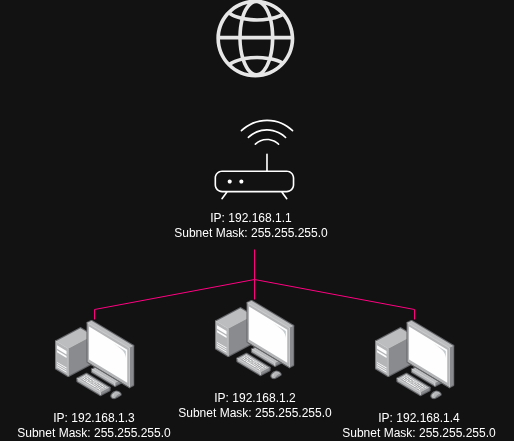
This is assets/imgs/cheatsheets/networking_cs/network_overview.png from Futsec/s-mastering-linux-jannis-seemann, a draw.io export, as it was before one commit. Source tidied: cells renumbered, new cells last; positions are measured from the earlier drawing's top-left corner, leaving out a move shared by most shapes.
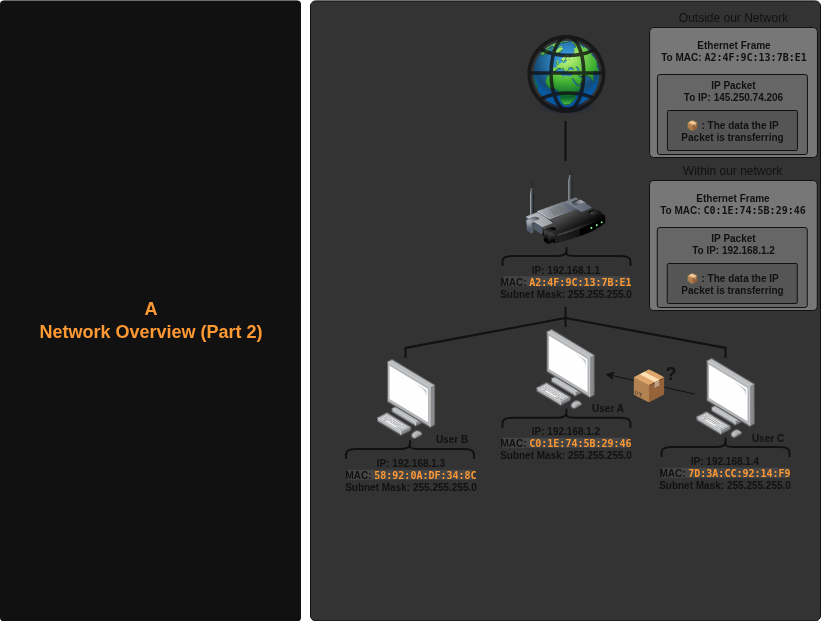
After the change.

Diff of the diagram source:
```diff
@@ -2,56 +2,161 @@
   <root>
     <mxCell id="0" />
     <mxCell id="1" parent="0" />
-    <mxCell id="2" style="sketch=0;verticalLabelPosition=bottom;sketch=0;html=1;verticalAlign=top;strokeColor=none;fillColor=#FFFFFF;align=center;shape=mxgraph.citrix2.wifi_router;" parent="1" vertex="1">
-      <mxGeometry x="215" y="120" width="79.8" height="80" as="geometry" />
+    <mxCell id="2" style="rounded=1;whiteSpace=wrap;html=1;fillColor=#111111;arcSize=1;strokeColor=#111111;" parent="1" vertex="1">
+      <mxGeometry x="4120" y="-1139.6" width="300" height="620" as="geometry" />
     </mxCell>
-    <mxCell id="3" style="sketch=0;fontColor=#232F3E;gradientColor=none;fillColor=#E6E6E6;strokeColor=none;dashed=0;verticalLabelPosition=bottom;verticalAlign=top;align=center;html=1;fontSize=12;fontStyle=0;shape=mxgraph.aws4.globe;" parent="1" vertex="1">
-      <mxGeometry x="216.8" width="78" height="78" as="geometry" />
+    <mxCell id="3" value="&lt;div style=&quot;line-height: 0%;&quot;&gt;&lt;h4 tabindex=&quot;-1&quot; class=&quot;heading-element&quot; dir=&quot;auto&quot;&gt;A&lt;/h4&gt;&lt;div&gt;Network Overview (Part 2)&lt;/div&gt;&lt;/div&gt;" style="text;strokeColor=none;fillColor=none;html=1;fontSize=18;fontStyle=1;verticalAlign=middle;align=center;rotation=0;fontColor=#FF9933;horizontal=1;spacingTop=0;spacing=2;" parent="1" vertex="1">
+      <mxGeometry x="4120" y="-1120.5" width="299" height="580" as="geometry" />
     </mxCell>
-    <mxCell id="4" style="endArrow=none;html=1;rounded=0;strokeColor=#FF0080;" parent="1" edge="1">
-      <mxGeometry relative="1" as="geometry">
-        <mxPoint x="255" y="300" as="sourcePoint" />
-        <mxPoint x="255" y="250" as="targetPoint" />
-      </mxGeometry>
+    <mxCell id="4" style="rounded=1;whiteSpace=wrap;html=1;fillColor=#333333;arcSize=1;strokeColor=#111111;fontColor=#99FFFF;" parent="1" vertex="1">
+      <mxGeometry x="4430" y="-1139.6" width="510" height="620" as="geometry" />
     </mxCell>
-    <mxCell id="5" style="endArrow=none;html=1;rounded=0;strokeColor=#FF0080;" parent="1" edge="1">
-      <mxGeometry relative="1" as="geometry">
-        <mxPoint x="415" y="320" as="sourcePoint" />
-        <mxPoint x="255" y="280" as="targetPoint" />
-        <Array as="points">
-          <mxPoint x="415" y="310" />
-        </Array>
-      </mxGeometry>
+    <mxCell id="5" style="image;html=1;align=center;shadow=0;dashed=0;image=img/lib/allied_telesis/computer_and_terminals/Personal_Computer.svg;" parent="1" vertex="1">
+      <mxGeometry x="4655.5" y="-811.6" width="59" height="80" as="geometry" />
     </mxCell>
-    <mxCell id="6" style="endArrow=none;html=1;rounded=0;strokeColor=#FF0080;" parent="1" edge="1">
-      <mxGeometry relative="1" as="geometry">
-        <mxPoint x="95" y="320" as="sourcePoint" />
-        <mxPoint x="255" y="280" as="targetPoint" />
-        <Array as="points">
-          <mxPoint x="95" y="310" />
-        </Array>
-      </mxGeometry>
+    <mxCell id="6" style="image;html=1;align=center;shadow=0;dashed=0;image=img/lib/allied_telesis/computer_and_terminals/Personal_Computer.svg;" parent="1" vertex="1">
+      <mxGeometry x="4496" y="-781.6" width="59" height="80" as="geometry" />
     </mxCell>
-    <mxCell id="7" style="image;html=1;align=center;shadow=0;dashed=0;image=img/lib/allied_telesis/computer_and_terminals/Personal_Computer_with_Server.svg;" parent="1" vertex="1">
-      <mxGeometry x="55" y="320" width="80" height="80" as="geometry" />
+    <mxCell id="7" style="image;html=1;align=center;shadow=0;dashed=0;image=img/lib/allied_telesis/computer_and_terminals/Personal_Computer.svg;" parent="1" vertex="1">
+      <mxGeometry x="4815.5" y="-782.6" width="59" height="80" as="geometry" />
     </mxCell>
-    <mxCell id="8" style="image;html=1;align=center;shadow=0;dashed=0;image=img/lib/allied_telesis/computer_and_terminals/Personal_Computer_with_Server.svg;" parent="1" vertex="1">
-      <mxGeometry x="215" y="300" width="80" height="80" as="geometry" />
+    <mxCell id="8" style="endArrow=none;html=1;rounded=0;strokeColor=#111111;strokeWidth=2;" parent="1" edge="1">
+      <mxGeometry relative="1" as="geometry">
+        <mxPoint x="4525" y="-782.6" as="sourcePoint" />
+        <mxPoint x="4685" y="-822.6" as="targetPoint" />
+        <Array as="points">
+          <mxPoint x="4525" y="-792.6" />
+        </Array>
+      </mxGeometry>
     </mxCell>
-    <mxCell id="9" style="image;html=1;align=center;shadow=0;dashed=0;image=img/lib/allied_telesis/computer_and_terminals/Personal_Computer_with_Server.svg;" parent="1" vertex="1">
-      <mxGeometry x="375" y="320" width="80" height="80" as="geometry" />
+    <mxCell id="9" style="endArrow=none;html=1;rounded=0;strokeColor=#111111;strokeWidth=2;" parent="1" edge="1">
+      <mxGeometry relative="1" as="geometry">
+        <mxPoint x="4845" y="-782.6" as="sourcePoint" />
+        <mxPoint x="4685" y="-822.6" as="targetPoint" />
+        <Array as="points">
+          <mxPoint x="4845" y="-792.6" />
+        </Array>
+      </mxGeometry>
     </mxCell>
-    <mxCell id="10" value="IP: 192.168.1.2&lt;br&gt;Subnet Mask: 255.255.255.0" style="text;html=1;align=center;verticalAlign=middle;whiteSpace=wrap;rounded=0;" parent="1" vertex="1">
-      <mxGeometry x="161.3" y="390" width="189.2" height="30" as="geometry" />
+    <mxCell id="10" style="endArrow=none;html=1;rounded=0;strokeColor=#111111;strokeWidth=2;" parent="1" edge="1">
+      <mxGeometry relative="1" as="geometry">
+        <mxPoint x="4685" y="-979.6" as="sourcePoint" />
+        <mxPoint x="4685" y="-1019.6" as="targetPoint" />
+      </mxGeometry>
     </mxCell>
-    <mxCell id="11" value="IP: 192.168.1.4&lt;br&gt;Subnet Mask: 255.255.255.0" style="text;html=1;align=center;verticalAlign=middle;whiteSpace=wrap;rounded=0;" parent="1" vertex="1">
-      <mxGeometry x="325" y="410" width="189.2" height="30" as="geometry" />
+    <mxCell id="11" style="image;html=1;image=img/lib/clip_art/networking/Wireless_Router_128x128.png;" parent="1" vertex="1">
+      <mxGeometry x="4644.9" y="-975" width="80" height="80" as="geometry" />
     </mxCell>
-    <mxCell id="12" value="IP: 192.168.1.3&lt;br&gt;Subnet Mask: 255.255.255.0" style="text;html=1;align=center;verticalAlign=middle;whiteSpace=wrap;rounded=0;" parent="1" vertex="1">
-      <mxGeometry x="0.4" y="410" width="189.2" height="30" as="geometry" />
+    <mxCell id="12" style="image;html=1;image=img/lib/clip_art/general/Earth_globe_128x128.png;" parent="1" vertex="1">
+      <mxGeometry x="4646.9" y="-1099.6" width="78.1" height="74" as="geometry" />
     </mxCell>
-    <mxCell id="13" value="IP: 192.168.1.1&lt;br&gt;Subnet Mask: 255.255.255.0" style="text;html=1;align=center;verticalAlign=middle;whiteSpace=wrap;rounded=0;" parent="1" vertex="1">
-      <mxGeometry x="157" y="210" width="189.2" height="30" as="geometry" />
+    <mxCell id="13" style="sketch=0;fontColor=#232F3E;gradientColor=none;fillColor=#111111;strokeColor=none;dashed=0;verticalLabelPosition=bottom;verticalAlign=top;align=center;html=1;fontSize=12;fontStyle=0;shape=mxgraph.aws4.globe;opacity=80;" parent="1" vertex="1">
+      <mxGeometry x="4646.9" y="-1105.6" width="78" height="78" as="geometry" />
     </mxCell>
+    <mxCell id="14" style="endArrow=none;html=1;rounded=0;strokeColor=#111111;strokeWidth=2;" parent="1" edge="1">
+      <mxGeometry relative="1" as="geometry">
+        <mxPoint x="4685" y="-813.6" as="sourcePoint" />
+        <mxPoint x="4685" y="-833.6" as="targetPoint" />
+      </mxGeometry>
+    </mxCell>
+    <mxCell id="15" style="shape=curlyBracket;whiteSpace=wrap;html=1;rounded=1;flipH=1;labelPosition=right;verticalLabelPosition=middle;align=left;verticalAlign=middle;rotation=-90;strokeColor=#111111;strokeWidth=2;" parent="1" vertex="1">
+      <mxGeometry x="4519.5" y="-755.5" width="20" height="127.9" as="geometry" />
+    </mxCell>
+    <mxCell id="16" style="shape=curlyBracket;whiteSpace=wrap;html=1;rounded=1;flipH=1;labelPosition=right;verticalLabelPosition=middle;align=left;verticalAlign=middle;rotation=-90;strokeColor=#111111;strokeWidth=2;" parent="1" vertex="1">
+      <mxGeometry x="4676" y="-786.6" width="20" height="127.9" as="geometry" />
+    </mxCell>
+    <mxCell id="17" style="shape=curlyBracket;whiteSpace=wrap;html=1;rounded=1;flipH=1;labelPosition=right;verticalLabelPosition=middle;align=left;verticalAlign=middle;rotation=-90;strokeColor=#111111;strokeWidth=2;" parent="1" vertex="1">
+      <mxGeometry x="4835" y="-757.5" width="20" height="127.9" as="geometry" />
+    </mxCell>
+    <mxCell id="18" style="shape=curlyBracket;whiteSpace=wrap;html=1;rounded=1;flipH=1;labelPosition=right;verticalLabelPosition=middle;align=left;verticalAlign=middle;rotation=-90;strokeColor=#111111;strokeWidth=2;" parent="1" vertex="1">
+      <mxGeometry x="4676" y="-948.3" width="20" height="127.9" as="geometry" />
+    </mxCell>
+    <mxCell id="19" style="rounded=1;whiteSpace=wrap;html=1;strokeColor=none;fillColor=#77777745;" parent="1" vertex="1">
+      <mxGeometry x="4466.3" y="-670.7" width="126.7" height="10" as="geometry" />
+    </mxCell>
+    <mxCell id="20" style="rounded=1;whiteSpace=wrap;html=1;strokeColor=none;fillColor=#77777745;" parent="1" vertex="1">
+      <mxGeometry x="4621.6" y="-702.7" width="126.7" height="10" as="geometry" />
+    </mxCell>
+    <mxCell id="21" style="rounded=1;whiteSpace=wrap;html=1;strokeColor=none;fillColor=#77777745;" parent="1" vertex="1">
+      <mxGeometry x="4781.7" y="-672.8" width="126.7" height="10" as="geometry" />
+    </mxCell>
+    <mxCell id="22" style="rounded=1;whiteSpace=wrap;html=1;strokeColor=none;fillColor=#77777745;" parent="1" vertex="1">
+      <mxGeometry x="4622.6" y="-864.2" width="126.7" height="10" as="geometry" />
+    </mxCell>
+    <mxCell id="23" value="IP: 192.168.1.1&lt;br&gt;MAC:&amp;nbsp;&lt;code&gt;&lt;font style=&quot;color: rgb(255, 153, 51);&quot;&gt;A2:4F:9C:13:7B:E1&lt;/font&gt;&lt;/code&gt;&lt;br&gt;&lt;div&gt;&lt;div&gt;&lt;div&gt;&lt;span style=&quot;background-color: transparent;&quot;&gt;Subnet Mask: 255.255.255.0&lt;/span&gt;&lt;/div&gt;&lt;/div&gt;&lt;/div&gt;" style="text;html=1;align=center;verticalAlign=middle;whiteSpace=wrap;rounded=0;fontColor=#111111;fontStyle=1;fontSize=10;" parent="1" vertex="1">
+      <mxGeometry x="4601.2" y="-887.7" width="169.5" height="57" as="geometry" />
+    </mxCell>
+    <mxCell id="24" value="IP: 192.168.1.4&lt;br&gt;MAC:&amp;nbsp;&lt;code&gt;&lt;font style=&quot;color: rgb(255, 153, 51);&quot;&gt;7D:3A:CC:92:14:F9&lt;/font&gt;&lt;/code&gt;&lt;br&gt;&lt;div&gt;&lt;span style=&quot;background-color: transparent;&quot;&gt;Subnet Mask: 255.255.255.0&lt;/span&gt;&lt;/div&gt;" style="text;html=1;align=center;verticalAlign=middle;whiteSpace=wrap;rounded=0;fontColor=#111111;fontStyle=1;fontSize=10;" parent="1" vertex="1">
+      <mxGeometry x="4760.3" y="-696.3" width="169.5" height="57" as="geometry" />
+    </mxCell>
+    <mxCell id="25" value="IP: 192.168.1.2&lt;br&gt;MAC:&amp;nbsp;&lt;code&gt;&lt;font style=&quot;color: rgb(255, 153, 51);&quot;&gt;C0:1E:74:5B:29:46&lt;/font&gt;&lt;/code&gt;&lt;br&gt;&lt;div&gt;&lt;span style=&quot;background-color: transparent;&quot;&gt;Subnet Mask: 255.255.255.0&lt;/span&gt;&lt;/div&gt;" style="text;html=1;align=center;verticalAlign=middle;whiteSpace=wrap;rounded=0;fontColor=#111111;fontStyle=1;fontSize=10;" parent="1" vertex="1">
+      <mxGeometry x="4601.2" y="-726.6" width="169.5" height="57" as="geometry" />
+    </mxCell>
+    <mxCell id="26" value="IP: 192.168.1.3&lt;br&gt;MAC:&amp;nbsp;&lt;code&gt;&lt;font style=&quot;color: rgb(255, 153, 51);&quot;&gt;58:92:0A:DF:34:8C&lt;/font&gt;&lt;/code&gt;&lt;br&gt;&lt;div&gt;&lt;span style=&quot;background-color: transparent;&quot;&gt;Subnet Mask: 255.255.255.0&lt;/span&gt;&lt;/div&gt;" style="text;html=1;align=center;verticalAlign=middle;whiteSpace=wrap;rounded=0;fontColor=#111111;fontStyle=1;fontSize=10;" parent="1" vertex="1">
+      <mxGeometry x="4445.5" y="-694.3" width="169.5" height="57" as="geometry" />
+    </mxCell>
+    <mxCell id="27" style="endArrow=classic;html=1;rounded=0;strokeColor=#111111;strokeWidth=1;" parent="1" edge="1">
+      <mxGeometry relative="1" as="geometry">
+        <mxPoint x="4813.9" y="-746.5" as="sourcePoint" />
+        <mxPoint x="4724.9" y="-766.5" as="targetPoint" />
+      </mxGeometry>
+    </mxCell>
+    <mxCell id="28" value="?" style="text;html=1;align=center;verticalAlign=middle;whiteSpace=wrap;rounded=0;fontSize=18;fontStyle=1;fontColor=#111111;" parent="1" vertex="1">
+      <mxGeometry x="4770.7" y="-787.3" width="39" height="40" as="geometry" />
+    </mxCell>
+    <mxCell id="29" value="📦" style="text;html=1;align=center;verticalAlign=middle;whiteSpace=wrap;rounded=0;fontSize=30;" parent="1" vertex="1">
+      <mxGeometry x="4749.3" y="-776" width="39" height="40" as="geometry" />
+    </mxCell>
+    <mxCell id="30" value="&lt;font style=&quot;color: rgb(17, 17, 17);&quot;&gt;User B&lt;/font&gt;" style="text;html=1;align=center;verticalAlign=middle;whiteSpace=wrap;rounded=0;fontSize=10;fontStyle=1;fontColor=#111111;" parent="1" vertex="1">
+      <mxGeometry x="4537.2" y="-710.4" width="69" height="17.1" as="geometry" />
+    </mxCell>
+    <mxCell id="31" value="&lt;font style=&quot;color: rgb(17, 17, 17);&quot;&gt;User A&lt;/font&gt;" style="text;html=1;align=center;verticalAlign=middle;whiteSpace=wrap;rounded=0;fontSize=10;fontStyle=1;fontColor=#111111;" parent="1" vertex="1">
+      <mxGeometry x="4693.3" y="-741.5" width="69" height="17.1" as="geometry" />
+    </mxCell>
+    <mxCell id="32" value="&lt;font style=&quot;color: rgb(17, 17, 17);&quot;&gt;User C&lt;/font&gt;" style="text;html=1;align=center;verticalAlign=middle;whiteSpace=wrap;rounded=0;fontSize=10;fontStyle=1;fontColor=#111111;" parent="1" vertex="1">
+      <mxGeometry x="4853" y="-711.1" width="69" height="17.1" as="geometry" />
+    </mxCell>
+    <mxCell id="33" style="rounded=1;whiteSpace=wrap;html=1;arcSize=3;fillColor=#777777;strokeColor=#111111;" parent="1" vertex="1">
+      <mxGeometry x="4769" y="-960" width="167.8" height="130" as="geometry" />
+    </mxCell>
+    <mxCell id="34" style="rounded=1;whiteSpace=wrap;html=1;arcSize=3;fillColor=#666666;strokeColor=#111111;" parent="1" vertex="1">
+      <mxGeometry x="4776.8" y="-913" width="150" height="80" as="geometry" />
+    </mxCell>
+    <mxCell id="35" style="rounded=1;whiteSpace=wrap;html=1;arcSize=3;fillColor=#555555;strokeColor=#111111;" parent="1" vertex="1">
+      <mxGeometry x="4786.8" y="-877" width="130" height="40" as="geometry" />
+    </mxCell>
+    <mxCell id="36" value="📦 : The data the IP Packet is transferring" style="text;html=1;align=center;verticalAlign=middle;whiteSpace=wrap;rounded=0;fontColor=#111111;fontStyle=1;fontSize=10;" parent="1" vertex="1">
+      <mxGeometry x="4796.8" y="-872" width="110" height="30" as="geometry" />
+    </mxCell>
+    <mxCell id="37" value="IP Packet&lt;br&gt;To IP: 192.168.1.2" style="text;html=1;align=center;verticalAlign=middle;whiteSpace=wrap;rounded=0;fontColor=#111111;fontStyle=1;fontSize=10;" parent="1" vertex="1">
+      <mxGeometry x="4794" y="-912" width="117.8" height="30" as="geometry" />
+    </mxCell>
+    <mxCell id="38" value="Ethernet Frame&lt;div&gt;To MAC:&amp;nbsp;&lt;span style=&quot;font-family: monospace; background-color: transparent;&quot;&gt;C0:1E:74:5B:29:46&lt;/span&gt;&lt;/div&gt;" style="text;html=1;align=center;verticalAlign=middle;whiteSpace=wrap;rounded=0;fontColor=#111111;fontStyle=1;fontSize=10;" parent="1" vertex="1">
+      <mxGeometry x="4773.4" y="-952" width="159" height="30" as="geometry" />
+    </mxCell>
+    <mxCell id="39" style="rounded=1;whiteSpace=wrap;html=1;arcSize=3;fillColor=#777777;strokeColor=#111111;" parent="1" vertex="1">
+      <mxGeometry x="4769.1" y="-1113" width="167.8" height="130" as="geometry" />
+    </mxCell>
+    <mxCell id="40" style="rounded=1;whiteSpace=wrap;html=1;arcSize=3;fillColor=#666666;strokeColor=#111111;" parent="1" vertex="1">
+      <mxGeometry x="4776.9" y="-1066" width="150" height="80" as="geometry" />
+    </mxCell>
+    <mxCell id="41" style="rounded=1;whiteSpace=wrap;html=1;arcSize=3;fillColor=#555555;strokeColor=#111111;" parent="1" vertex="1">
+      <mxGeometry x="4786.9" y="-1030" width="130" height="40" as="geometry" />
+    </mxCell>
+    <mxCell id="42" value="📦 : The data the IP Packet is transferring" style="text;html=1;align=center;verticalAlign=middle;whiteSpace=wrap;rounded=0;fontColor=#111111;fontStyle=1;fontSize=10;" parent="1" vertex="1">
+      <mxGeometry x="4796.9" y="-1025" width="110" height="30" as="geometry" />
+    </mxCell>
+    <mxCell id="43" value="IP Packet&lt;br&gt;To IP: 145.250.74.206" style="text;html=1;align=center;verticalAlign=middle;whiteSpace=wrap;rounded=0;fontColor=#111111;fontStyle=1;fontSize=10;" parent="1" vertex="1">
+      <mxGeometry x="4794.1" y="-1065" width="117.8" height="30" as="geometry" />
+    </mxCell>
+    <mxCell id="44" value="Ethernet Frame&lt;div&gt;&lt;font style=&quot;color: rgb(17, 17, 17);&quot;&gt;To MAC:&amp;nbsp;&lt;span style=&quot;font-family: monospace; background-color: transparent;&quot;&gt;A2:4F:9C:13:7B:E1&lt;/span&gt;&lt;/font&gt;&lt;/div&gt;" style="text;html=1;align=center;verticalAlign=middle;whiteSpace=wrap;rounded=0;fontColor=#111111;fontStyle=1;fontSize=10;" parent="1" vertex="1">
+      <mxGeometry x="4773.5" y="-1105" width="159" height="30" as="geometry" />
+    </mxCell>
+    <mxCell id="45" value="Within our network" style="text;html=1;align=center;verticalAlign=middle;whiteSpace=wrap;rounded=0;fontColor=#111111;" parent="1" vertex="1">
+      <mxGeometry x="4769.1" y="-980" width="165.9" height="20" as="geometry" />
+    </mxCell>
+    <mxCell id="46" value="Outside our Network" style="text;html=1;align=center;verticalAlign=middle;whiteSpace=wrap;rounded=0;fontColor=#111111;" parent="1" vertex="1">
+      <mxGeometry x="4770" y="-1133" width="165.9" height="20" as="geometry" />
+    </mxCell>
   </root>
 </mxGraphModel>
```
